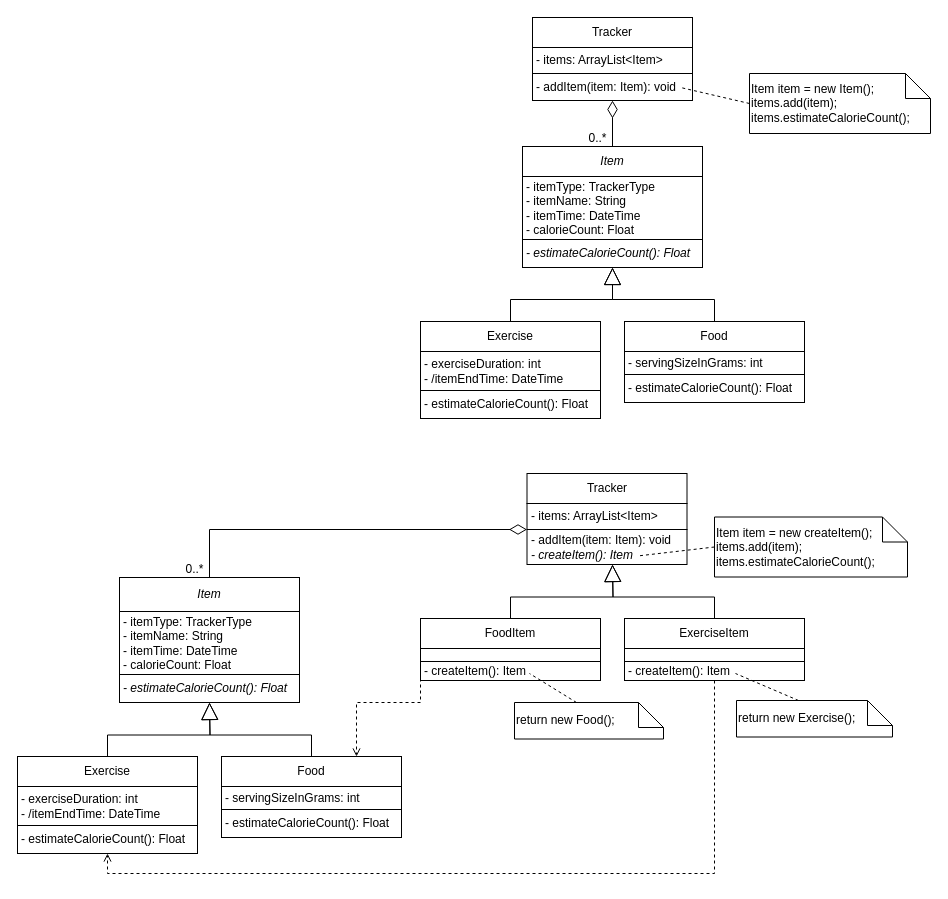
Before: Factory_Method_Design_Pattern.drawio in ahammond3aws/DC2SEN, a draw.io diagram. Source tidied: cells renumbered, new cells numbered last; positions are measured from the earlier drawing's top-left corner, leaving out a move shared by most shapes. Both pictures are drawn from the tidied source at 100%, with x=0, y=0 at pixel (17, 17).
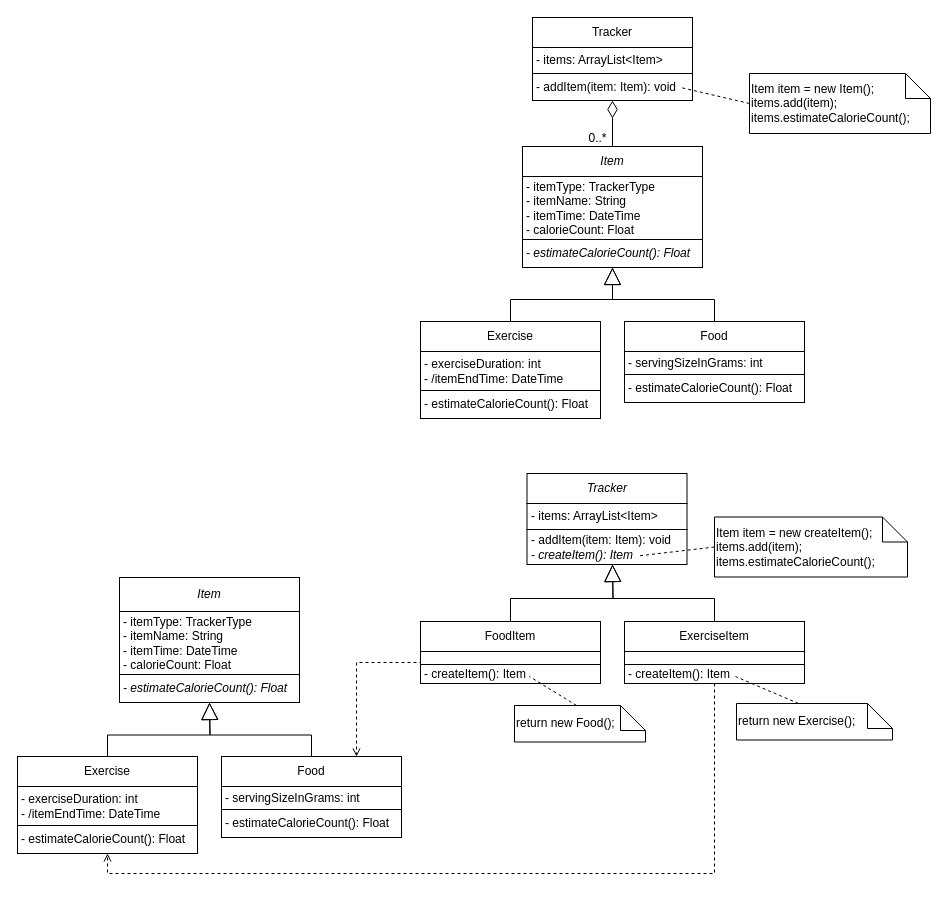
The same page after the edit.

The change refers to these unchanged cells:
```xml
<mxCell id="21" value="- addItem(item: Item): void&lt;br&gt;&lt;i&gt;- createItem(): Item&lt;/i&gt;" style="rounded=0;whiteSpace=wrap;html=1;align=left;spacingLeft=2;" parent="1" vertex="1">
  <mxGeometry x="509.5" y="512" width="160" height="35" as="geometry" />
</mxCell>
<mxCell id="22" value="&lt;i&gt;Item&lt;/i&gt;" style="rounded=0;whiteSpace=wrap;html=1;" parent="1" vertex="1">
  <mxGeometry x="102" y="560" width="180" height="34" as="geometry" />
</mxCell>
<mxCell id="29" value="Food" style="rounded=0;whiteSpace=wrap;html=1;" parent="1" vertex="1">
  <mxGeometry x="204" y="739" width="180" height="30" as="geometry" />
</mxCell>
```

Diff of the diagram source:
```diff
@@
-    <mxCell id="18" value="Tracker" style="rounded=0;whiteSpace=wrap;html=1;" parent="1" vertex="1">
+    <mxCell id="18" value="Tracker" style="rounded=0;whiteSpace=wrap;html=1;fontStyle=2;" parent="1" vertex="1">
       <mxGeometry x="509.5" y="456" width="160" height="30" as="geometry" />
     </mxCell>
-    <mxCell id="19" value="0..*" style="text;html=1;align=center;verticalAlign=middle;strokeColor=none;fillColor=none;" parent="1" vertex="1">
-      <mxGeometry x="157.4" y="537" width="40" height="30" as="geometry" />
-    </mxCell>
@@
-    <mxCell id="24" style="edgeStyle=orthogonalEdgeStyle;rounded=0;jettySize=auto;html=1;endArrow=diamondThin;endFill=0;startSize=15;endSize=15;exitX=0.5;exitY=0;exitDx=0;exitDy=0;entryX=0;entryY=0;entryDx=0;entryDy=0;" parent="1" edge="1" source="22" target="21">
-      <mxGeometry relative="1" as="geometry">
-        <Array as="points">
-          <mxPoint x="192" y="512" />
-        </Array>
-      </mxGeometry>
-    </mxCell>
@@
-    <mxCell id="33" style="rounded=0;jettySize=auto;html=1;exitX=0;exitY=1;exitDx=0;exitDy=0;entryX=0.75;entryY=0;entryDx=0;entryDy=0;endArrow=open;endFill=0;edgeStyle=orthogonalEdgeStyle;dashed=1;" parent="1" edge="1" source="34" target="29">
-      <mxGeometry relative="1" as="geometry" />
+    <mxCell id="33" style="rounded=0;jettySize=auto;html=1;exitX=0;exitY=1;exitDx=0;exitDy=0;entryX=0.75;entryY=0;entryDx=0;entryDy=0;endArrow=open;endFill=0;edgeStyle=orthogonalEdgeStyle;dashed=1;" parent="1" edge="1" source="40" target="29">
+      <mxGeometry relative="1" as="geometry">
+        <Array as="points">
+          <mxPoint x="339" y="645" />
+        </Array>
+      </mxGeometry>
     </mxCell>
     <mxCell id="34" value="FoodItem" style="rounded=0;whiteSpace=wrap;html=1;" parent="1" vertex="1">
-      <mxGeometry x="403" y="601" width="180" height="30" as="geometry" />
+      <mxGeometry x="403" y="604" width="180" height="30" as="geometry" />
     </mxCell>
@@
     <mxCell id="36" value="ExerciseItem" style="rounded=0;whiteSpace=wrap;html=1;" parent="1" vertex="1">
-      <mxGeometry x="607" y="601" width="180" height="30" as="geometry" />
+      <mxGeometry x="607" y="604" width="180" height="30" as="geometry" />
     </mxCell>
     <mxCell id="37" value="&lt;span style=&quot;border-color: var(--border-color);&quot;&gt;- createItem(): Item&lt;/span&gt;" style="rounded=0;whiteSpace=wrap;html=1;align=left;spacingLeft=2;" parent="1" vertex="1">
-      <mxGeometry x="403" y="644" width="180" height="19" as="geometry" />
+      <mxGeometry x="403" y="647" width="180" height="19" as="geometry" />
     </mxCell>
@@
     <mxCell id="39" value="return new Food();" style="shape=note2;boundedLbl=1;whiteSpace=wrap;html=1;size=25;verticalAlign=middle;align=left;labelPosition=center;verticalLabelPosition=middle;spacingTop=0;spacingBottom=0;spacingLeft=0;textDirection=ltr;horizontal=1;" parent="1" vertex="1">
-      <mxGeometry x="497" y="685" width="149" height="36.5" as="geometry" />
+      <mxGeometry x="497" y="688" width="131" height="36.5" as="geometry" />
     </mxCell>
     <mxCell id="40" style="rounded=0;whiteSpace=wrap;html=1;align=left;spacingLeft=2;" parent="1" vertex="1">
-      <mxGeometry x="403" y="631" width="180" height="13" as="geometry" />
+      <mxGeometry x="403" y="634" width="180" height="13" as="geometry" />
     </mxCell>
     <mxCell id="41" style="rounded=0;whiteSpace=wrap;html=1;align=left;spacingLeft=2;" parent="1" vertex="1">
-      <mxGeometry x="607" y="631" width="180" height="13" as="geometry" />
+      <mxGeometry x="607" y="634" width="180" height="13" as="geometry" />
     </mxCell>
@@
     <mxCell id="43" value="&lt;span style=&quot;border-color: var(--border-color);&quot;&gt;- createItem(): Item&lt;/span&gt;" style="rounded=0;whiteSpace=wrap;html=1;align=left;spacingLeft=2;" parent="1" vertex="1">
-      <mxGeometry x="607" y="644" width="180" height="19" as="geometry" />
+      <mxGeometry x="607" y="647" width="180" height="19" as="geometry" />
     </mxCell>
     <mxCell id="44" style="rounded=0;jettySize=auto;html=1;exitX=0;exitY=0;exitDx=62;exitDy=0;exitPerimeter=0;endArrow=none;endFill=0;dashed=1;" parent="1" edge="1" source="39">
       <mxGeometry relative="1" as="geometry">
-        <mxPoint x="512" y="656" as="targetPoint" />
+        <mxPoint x="512" y="659" as="targetPoint" />
       </mxGeometry>
     </mxCell>
     <mxCell id="45" value="return new&amp;nbsp;Exercise();" style="shape=note2;boundedLbl=1;whiteSpace=wrap;html=1;size=25;verticalAlign=middle;align=left;labelPosition=center;verticalLabelPosition=middle;spacingTop=0;spacingBottom=0;spacingLeft=0;textDirection=ltr;horizontal=1;" parent="1" vertex="1">
-      <mxGeometry x="719" y="683" width="156" height="36.5" as="geometry" />
+      <mxGeometry x="719" y="686" width="156" height="36.5" as="geometry" />
     </mxCell>
     <mxCell id="46" style="rounded=0;jettySize=auto;html=1;exitX=0;exitY=0;exitDx=62;exitDy=0;exitPerimeter=0;endArrow=none;endFill=0;dashed=1;" parent="1" edge="1" source="45">
       <mxGeometry relative="1" as="geometry">
-        <mxPoint x="718" y="656" as="targetPoint" />
+        <mxPoint x="718" y="659" as="targetPoint" />
       </mxGeometry>
     </mxCell>
```
